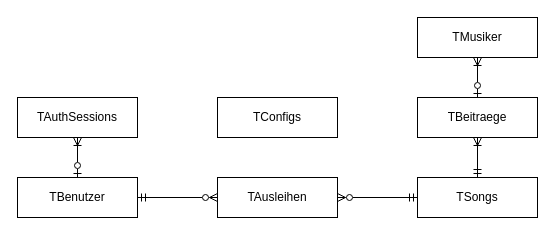
luishutterli/jukestack keeps this draw.io diagram as diagrams/ERM.drawio. Above is the earlier version. Source tidied: cells renumbered, new cells numbered last; positions are measured from the earlier drawing's top-left corner, leaving out a move shared by most shapes. Both pictures are drawn from the tidied source at 100%, with x=0, y=0 at pixel (17, 17).
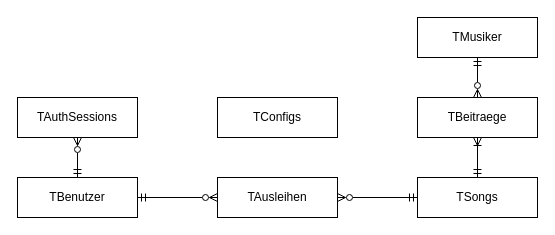
The same page after the edit.

What changed in the source:
```diff
@@
 <mxGraphModel>
   <root>
     <mxCell id="0" />
     <mxCell id="1" parent="0" />
     <mxCell id="2" value="TBenutzer" style="rounded=0;whiteSpace=wrap;html=1;" parent="1" vertex="1">
       <mxGeometry y="160" width="120" height="40" as="geometry" />
     </mxCell>
     <mxCell id="3" value="TSongs" style="rounded=0;whiteSpace=wrap;html=1;" parent="1" vertex="1">
       <mxGeometry x="400" y="160" width="120" height="40" as="geometry" />
     </mxCell>
     <mxCell id="4" value="TAusleihen" style="rounded=0;whiteSpace=wrap;html=1;" parent="1" vertex="1">
       <mxGeometry x="200" y="160" width="120" height="40" as="geometry" />
     </mxCell>
     <mxCell id="5" style="edgeStyle=orthogonalEdgeStyle;rounded=0;jettySize=auto;html=1;exitX=1;exitY=0.5;exitDx=0;exitDy=0;entryX=0;entryY=0.5;entryDx=0;entryDy=0;endArrow=ERzeroToMany;endFill=0;startArrow=ERmandOne;startFill=0;" parent="1" edge="1" source="2" target="4">
       <mxGeometry relative="1" as="geometry" />
     </mxCell>
     <mxCell id="6" style="edgeStyle=orthogonalEdgeStyle;rounded=0;jettySize=auto;html=1;exitX=0;exitY=0.5;exitDx=0;exitDy=0;endArrow=ERzeroToMany;endFill=0;startArrow=ERmandOne;startFill=0;" parent="1" edge="1" source="3">
       <mxGeometry relative="1" as="geometry">
         <mxPoint x="320" y="180" as="targetPoint" />
       </mxGeometry>
     </mxCell>
-    <mxCell id="7" style="edgeStyle=none;html=1;exitX=0.5;exitY=1;exitDx=0;exitDy=0;entryX=0.5;entryY=0;entryDx=0;entryDy=0;endArrow=ERzeroToOne;endFill=0;startArrow=ERoneToMany;startFill=0;" parent="1" edge="1" source="8" target="2">
+    <mxCell id="7" style="edgeStyle=none;html=1;exitX=0.5;exitY=1;exitDx=0;exitDy=0;entryX=0.5;entryY=0;entryDx=0;entryDy=0;endArrow=ERmandOne;endFill=0;startArrow=ERzeroToMany;startFill=0;" parent="1" edge="1" source="8" target="2">
       <mxGeometry relative="1" as="geometry" />
     </mxCell>
     <mxCell id="8" value="TAuthSessions" style="rounded=0;whiteSpace=wrap;html=1;" parent="1" vertex="1">
       <mxGeometry y="80" width="120" height="40" as="geometry" />
     </mxCell>
-    <mxCell id="9" style="edgeStyle=none;html=1;exitX=0.5;exitY=1;exitDx=0;exitDy=0;entryX=0.5;entryY=0;entryDx=0;entryDy=0;startArrow=ERoneToMany;startFill=0;endArrow=ERzeroToOne;endFill=0;" parent="1" edge="1" source="10" target="12">
+    <mxCell id="9" style="edgeStyle=none;html=1;exitX=0.5;exitY=1;exitDx=0;exitDy=0;entryX=0.5;entryY=0;entryDx=0;entryDy=0;startArrow=ERmandOne;startFill=0;endArrow=ERzeroToMany;endFill=0;" parent="1" edge="1" source="10" target="12">
       <mxGeometry relative="1" as="geometry" />
     </mxCell>
     <mxCell id="10" value="TMusiker" style="rounded=0;whiteSpace=wrap;html=1;" parent="1" vertex="1">
       <mxGeometry x="400" width="120" height="40" as="geometry" />
     </mxCell>
     <mxCell id="11" style="edgeStyle=none;html=1;exitX=0.5;exitY=1;exitDx=0;exitDy=0;entryX=0.5;entryY=0;entryDx=0;entryDy=0;startArrow=ERoneToMany;startFill=0;endArrow=ERmandOne;endFill=0;" parent="1" edge="1" source="12" target="3">
       <mxGeometry relative="1" as="geometry" />
     </mxCell>
     <mxCell id="12" value="TBeitraege" style="rounded=0;whiteSpace=wrap;html=1;" parent="1" vertex="1">
       <mxGeometry x="400" y="80" width="120" height="40" as="geometry" />
     </mxCell>
     <mxCell id="13" value="TConfigs" style="rounded=0;whiteSpace=wrap;html=1;" parent="1" vertex="1">
       <mxGeometry x="200" y="80" width="120" height="40" as="geometry" />
     </mxCell>
   </root>
 </mxGraphModel>
```
